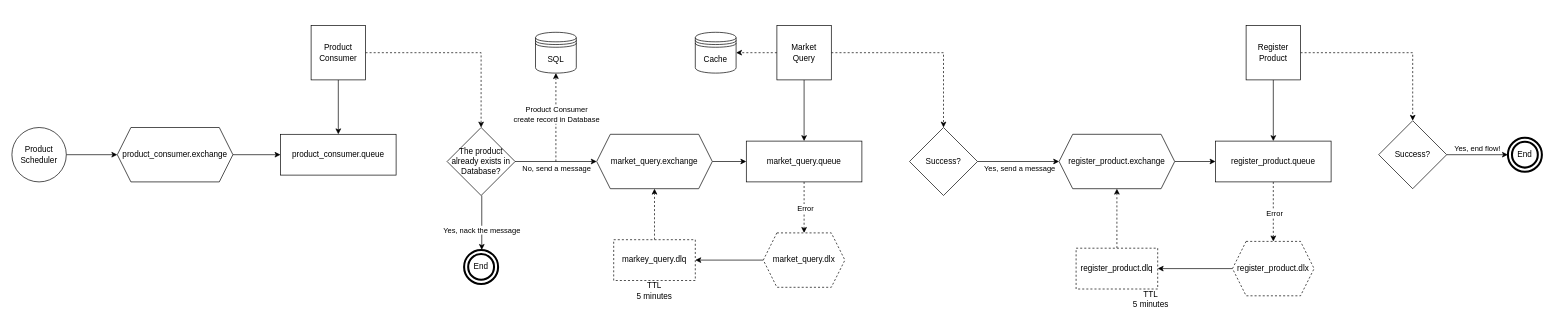
Above: assets/processing_flow.drawio in danbailo/process-data-flow (draw.io), before the change. Source tidied: cells renumbered, new cells numbered last; positions are measured from the earlier drawing's top-left corner, leaving out a move shared by most shapes. Both pictures are drawn from the tidied source at 68%, with x=0, y=0 at pixel (12, 25).
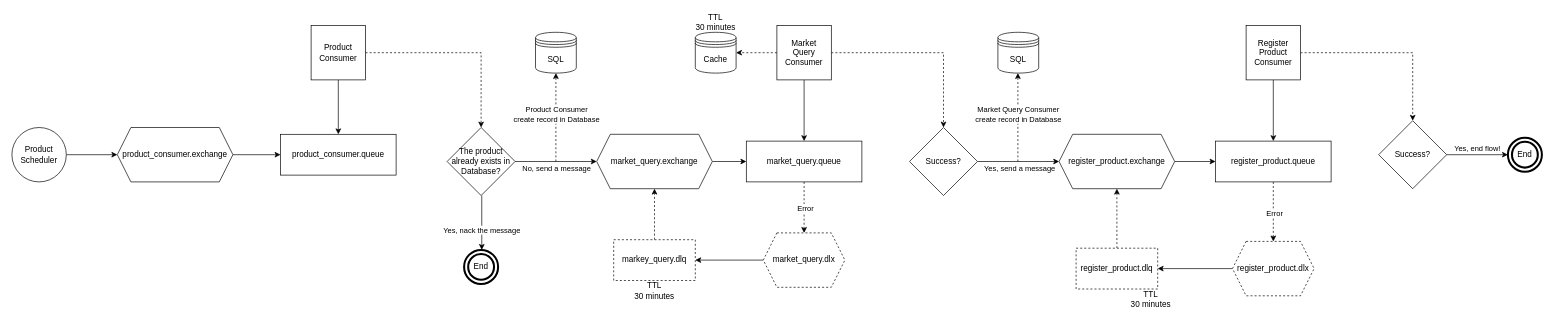
After the change.

What changed in the source:
```diff
@@
-    <mxCell id="26" value="Market&lt;div&gt;Query&lt;/div&gt;" style="whiteSpace=wrap;html=1;" parent="1" vertex="1">
+    <mxCell id="26" value="Market&lt;div&gt;Query&lt;/div&gt;&lt;div&gt;Consumer&lt;/div&gt;" style="whiteSpace=wrap;html=1;" parent="1" vertex="1">
       <mxGeometry x="1125" width="80" height="80" as="geometry" />
     </mxCell>
@@
-    <mxCell id="31" value="TTL&lt;br&gt;5 minutes" style="text;html=1;align=center;verticalAlign=middle;whiteSpace=wrap;rounded=0;" parent="1" vertex="1">
+    <mxCell id="31" value="TTL&lt;br&gt;30 minutes" style="text;html=1;align=center;verticalAlign=middle;whiteSpace=wrap;rounded=0;" parent="1" vertex="1">
       <mxGeometry x="910" y="375" width="70" height="30" as="geometry" />
     </mxCell>
@@
-    <mxCell id="40" value="Register Product" style="whiteSpace=wrap;html=1;" parent="1" vertex="1">
+    <mxCell id="40" value="Register Product&lt;br&gt;Consumer" style="whiteSpace=wrap;html=1;" parent="1" vertex="1">
       <mxGeometry x="1815" width="80" height="80" as="geometry" />
     </mxCell>
@@
-    <mxCell id="45" value="TTL&lt;br&gt;5 minutes" style="text;html=1;align=center;verticalAlign=middle;whiteSpace=wrap;rounded=0;" parent="1" vertex="1">
+    <mxCell id="45" value="TTL&lt;br&gt;30 minutes" style="text;html=1;align=center;verticalAlign=middle;whiteSpace=wrap;rounded=0;" parent="1" vertex="1">
       <mxGeometry x="1640" y="387.5" width="70" height="30" as="geometry" />
     </mxCell>
@@
+    <mxCell id="54" value="SQL" style="shape=datastore;whiteSpace=wrap;html=1;" parent="1" vertex="1">
+      <mxGeometry x="1450" y="10" width="60" height="60" as="geometry" />
+    </mxCell>
+    <mxCell id="55" style="edgeStyle=orthogonalEdgeStyle;rounded=0;orthogonalLoop=1;jettySize=auto;html=1;dashed=1;" parent="1" edge="1">
+      <mxGeometry relative="1" as="geometry">
+        <mxPoint x="1479.4" y="200" as="sourcePoint" />
+        <mxPoint x="1479.4" y="70" as="targetPoint" />
+        <Array as="points">
+          <mxPoint x="1479.4" y="200" />
+        </Array>
+      </mxGeometry>
+    </mxCell>
+    <mxCell id="56" value="Market Query Consumer&lt;br&gt;create record in Database" style="edgeLabel;html=1;align=center;verticalAlign=middle;" parent="55" vertex="1">
+      <mxGeometry x="0.1" y="3" relative="1" as="geometry">
+        <mxPoint x="3" y="2" as="offset" />
+      </mxGeometry>
+    </mxCell>
+    <mxCell id="57" value="TTL&lt;br&gt;30 minutes" style="text;html=1;align=center;verticalAlign=middle;whiteSpace=wrap;rounded=0;" parent="1" vertex="1">
+      <mxGeometry x="1000" y="-20" width="70" height="30" as="geometry" />
+    </mxCell>
```
